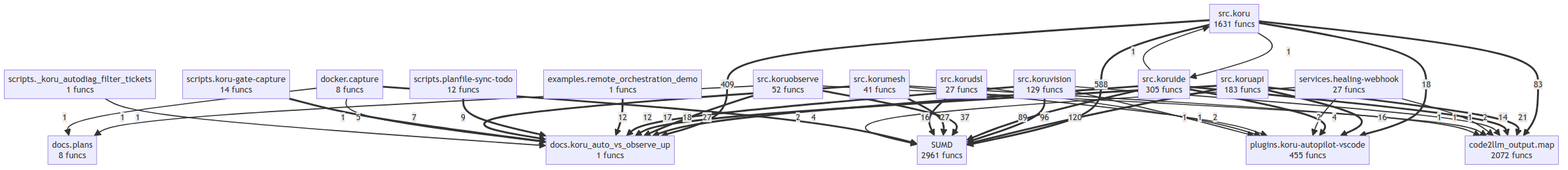
Above: project/compact_flow.png in semcod/koru (Mermaid), before the change. Its source is kept beside it as project/compact_flow.mmd.
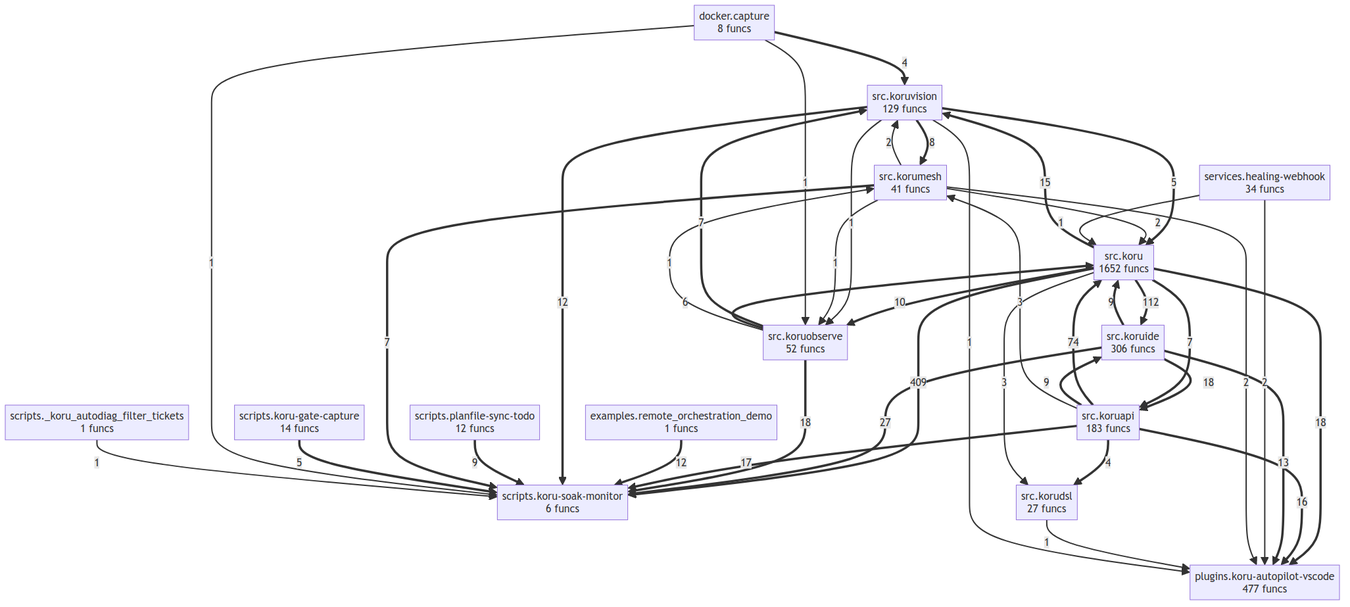
After the change.

Diff of the diagram source:
```diff
@@ -1,57 +1,57 @@
 flowchart TD
-    SUMD["SUMD<br/>2961 funcs"]
-    code2llm_output__map["code2llm_output.map<br/>2072 funcs"]
     docker__capture["docker.capture<br/>8 funcs"]
-    docs__koru_auto_vs_observe_up["docs.koru_auto_vs_observe_up<br/>1 funcs"]
-    docs__plans["docs.plans<br/>8 funcs"]
     examples__remote_orchestration_demo["examples.remote_orchestration_demo<br/>1 funcs"]
-    plugins__koru_autopilot_vscode["plugins.koru-autopilot-vscode<br/>455 funcs"]
+    plugins__koru_autopilot_vscode["plugins.koru-autopilot-vscode<br/>477 funcs"]
     scripts___koru_autodiag_filter_tickets["scripts._koru_autodiag_filter_tickets<br/>1 funcs"]
     scripts__koru_gate_capture["scripts.koru-gate-capture<br/>14 funcs"]
+    scripts__koru_soak_monitor["scripts.koru-soak-monitor<br/>6 funcs"]
     scripts__planfile_sync_todo["scripts.planfile-sync-todo<br/>12 funcs"]
-    services__healing_webhook["services.healing-webhook<br/>27 funcs"]
-    src__koru["src.koru<br/>1631 funcs"]
+    services__healing_webhook["services.healing-webhook<br/>34 funcs"]
+    src__koru["src.koru<br/>1652 funcs"]
     src__koruapi["src.koruapi<br/>183 funcs"]
     src__korudsl["src.korudsl<br/>27 funcs"]
-    src__koruide["src.koruide<br/>305 funcs"]
+    src__koruide["src.koruide<br/>306 funcs"]
     src__korumesh["src.korumesh<br/>41 funcs"]
     src__koruobserve["src.koruobserve<br/>52 funcs"]
     src__koruvision["src.koruvision<br/>129 funcs"]
-    src__koru ==>|588| SUMD
-    src__koru ==>|409| docs__koru_auto_vs_observe_up
-    src__koruapi ==>|120| SUMD
-    src__koruvision ==>|96| SUMD
-    src__koruide ==>|89| SUMD
-    src__koru ==>|83| code2llm_output__map
-    src__koruobserve ==>|37| SUMD
-    src__korumesh ==>|27| SUMD
-    src__koruide ==>|27| docs__koru_auto_vs_observe_up
-    src__koruapi ==>|21| code2llm_output__map
-    src__koruobserve ==>|18| docs__koru_auto_vs_observe_up
+    src__koru ==>|409| scripts__koru_soak_monitor
+    src__koru ==>|112| src__koruide
+    src__koruapi ==>|74| src__koru
+    src__koruide ==>|27| scripts__koru_soak_monitor
+    src__koruobserve ==>|18| scripts__koru_soak_monitor
+    src__koruide ==>|18| src__koruapi
     src__koru ==>|18| plugins__koru_autopilot_vscode
-    src__koruapi ==>|17| docs__koru_auto_vs_observe_up
+    src__koruapi ==>|17| scripts__koru_soak_monitor
     src__koruapi ==>|16| plugins__koru_autopilot_vscode
-    src__korudsl ==>|16| SUMD
-    src__koruide ==>|14| code2llm_output__map
-    src__koruvision ==>|12| docs__koru_auto_vs_observe_up
-    examples__remote_orchestration_demo ==>|12| docs__koru_auto_vs_observe_up
-    scripts__planfile_sync_todo ==>|9| docs__koru_auto_vs_observe_up
-    src__korumesh ==>|7| docs__koru_auto_vs_observe_up
-    scripts__koru_gate_capture ==>|5| docs__koru_auto_vs_observe_up
-    src__koruide ==>|4| plugins__koru_autopilot_vscode
-    docker__capture ==>|4| SUMD
+    src__koru ==>|15| src__koruvision
+    src__koruide ==>|13| plugins__koru_autopilot_vscode
+    examples__remote_orchestration_demo ==>|12| scripts__koru_soak_monitor
+    src__koruvision ==>|12| scripts__koru_soak_monitor
+    src__koru ==>|10| src__koruobserve
+    src__koruapi ==>|9| src__koruide
+    src__koruide ==>|9| src__koru
+    scripts__planfile_sync_todo ==>|9| scripts__koru_soak_monitor
+    src__koruvision ==>|8| src__korumesh
+    src__koruobserve ==>|7| src__koruvision
+    src__korumesh ==>|7| scripts__koru_soak_monitor
+    src__koru ==>|7| src__koruapi
+    src__koruobserve ==>|6| src__koru
+    src__koruvision ==>|5| src__koru
+    scripts__koru_gate_capture ==>|5| scripts__koru_soak_monitor
+    src__koruapi ==>|4| src__korudsl
+    docker__capture ==>|4| src__koruvision
+    src__koruapi -->|3| src__korumesh
+    src__koru -->|3| src__korudsl
     services__healing_webhook -->|2| plugins__koru_autopilot_vscode
-    services__healing_webhook -->|2| SUMD
-    src__koruvision -->|2| code2llm_output__map
+    src__korumesh -->|2| src__koru
+    src__korumesh -->|2| src__koruvision
     src__korumesh -->|2| plugins__koru_autopilot_vscode
-    services__healing_webhook -->|1| code2llm_output__map
+    services__healing_webhook -->|1| src__koru
+    src__koruobserve -->|1| src__korumesh
     src__korudsl -->|1| plugins__koru_autopilot_vscode
-    src__koruobserve -->|1| docs__plans
-    src__koruobserve -->|1| code2llm_output__map
-    src__korumesh -->|1| code2llm_output__map
     src__koruvision -->|1| plugins__koru_autopilot_vscode
-    src__koruide -->|1| src__koru
-    src__koru -->|1| src__koruide
-    docker__capture -->|1| docs__plans
-    docker__capture -->|1| docs__koru_auto_vs_observe_up
-    scripts___koru_autodiag_filter_tickets -->|1| docs__koru_auto_vs_observe_up
+    src__koruvision -->|1| src__koruobserve
+    src__korumesh -->|1| src__koruobserve
+    docker__capture -->|1| src__koruobserve
+    docker__capture -->|1| scripts__koru_soak_monitor
+    scripts___koru_autodiag_filter_tickets -->|1| scripts__koru_soak_monitor
```
